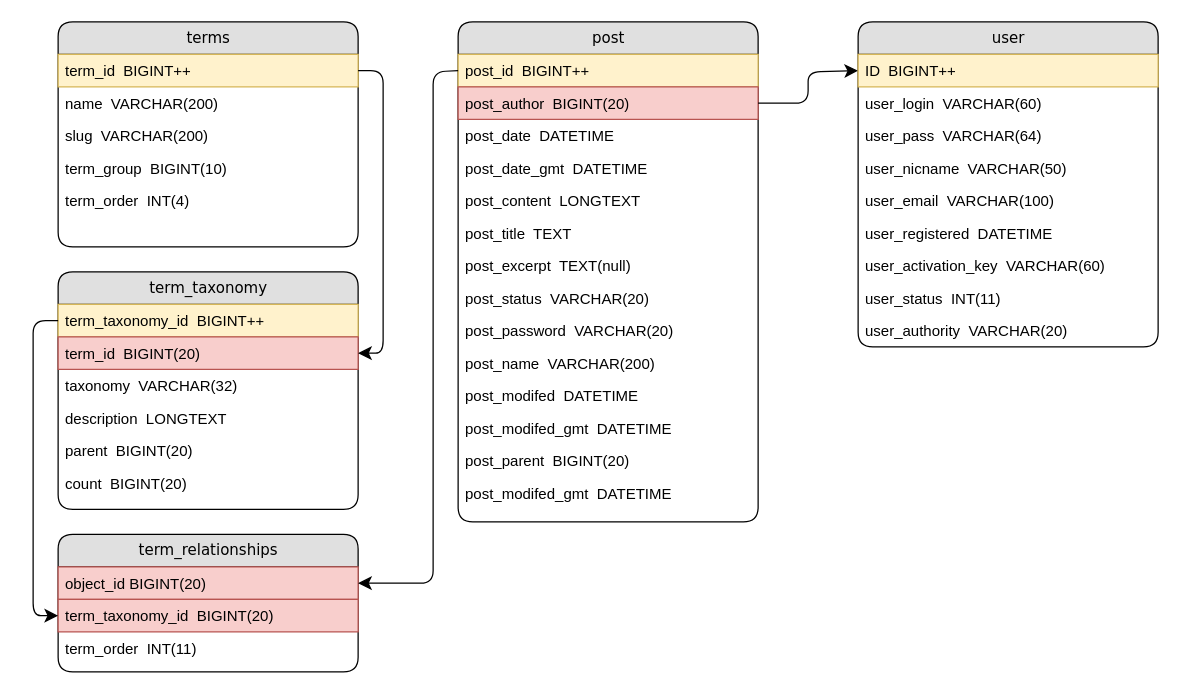
The draw.io diagram Untitled Diagram.drawio in tty128/test, before the edit. Source tidied: cells renumbered, new cells numbered last; positions are measured from the earlier drawing's top-left corner, leaving out a move shared by most shapes. Both pictures are drawn from the tidied source at 125%, with x=0, y=0 at pixel (32, 21).
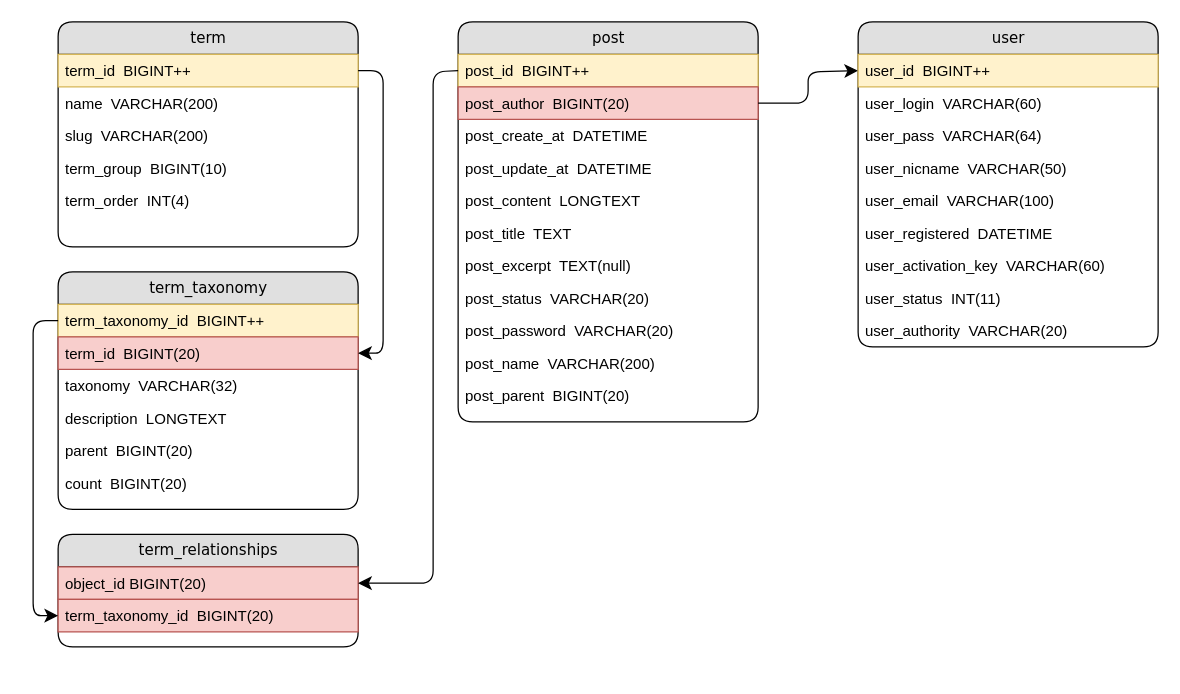
The same diagram, later.

Unchanged cells that the change refers to:
```xml
<mxCell id="36" value="user" style="swimlane;html=1;fontStyle=0;horizontal=1;startSize=26;fillColor=#e0e0e0;swimlaneFillColor=#ffffff;align=center;rounded=1;shadow=0;comic=0;labelBackgroundColor=none;strokeWidth=1;fontFamily=Verdana;fontSize=12;" parent="1" vertex="1">
  <mxGeometry x="660" width="240" height="260" as="geometry" />
</mxCell>
```

The edit, as a diff of the source:
```diff
@@
-    <mxCell id="2" value="terms" style="swimlane;html=1;fontStyle=0;horizontal=1;startSize=26;fillColor=#e0e0e0;swimlaneFillColor=#ffffff;align=center;rounded=1;shadow=0;comic=0;labelBackgroundColor=none;strokeWidth=1;fontFamily=Verdana;fontSize=12;" parent="1" vertex="1">
+    <mxCell id="2" value="term" style="swimlane;html=1;fontStyle=0;horizontal=1;startSize=26;fillColor=#e0e0e0;swimlaneFillColor=#ffffff;align=center;rounded=1;shadow=0;comic=0;labelBackgroundColor=none;strokeWidth=1;fontFamily=Verdana;fontSize=12;" parent="1" vertex="1">
       <mxGeometry x="20" width="240" height="180" as="geometry" />
     </mxCell>
@@
     <mxCell id="15" value="term_relationships" style="swimlane;html=1;fontStyle=0;horizontal=1;startSize=26;fillColor=#e0e0e0;swimlaneFillColor=#ffffff;align=center;rounded=1;shadow=0;comic=0;labelBackgroundColor=none;strokeWidth=1;fontFamily=Verdana;fontSize=12;" parent="1" vertex="1">
-      <mxGeometry x="20" y="410" width="240" height="110" as="geometry" />
+      <mxGeometry x="20" y="410" width="240" height="90" as="geometry" />
     </mxCell>
@@
-    <mxCell id="18" value="term_order&amp;nbsp; INT(11)" style="text;html=1;strokeColor=none;fillColor=none;spacingLeft=4;spacingRight=4;whiteSpace=wrap;overflow=hidden;" parent="15" vertex="1">
-      <mxGeometry y="78" width="240" height="26" as="geometry" />
-    </mxCell>
     <mxCell id="19" value="post" style="swimlane;html=1;fontStyle=0;horizontal=1;startSize=26;fillColor=#e0e0e0;swimlaneFillColor=#ffffff;align=center;rounded=1;shadow=0;comic=0;labelBackgroundColor=none;strokeWidth=1;fontFamily=Verdana;fontSize=12;" parent="1" vertex="1">
-      <mxGeometry x="340" width="240" height="400" as="geometry" />
+      <mxGeometry x="340" width="240" height="320" as="geometry" />
     </mxCell>
@@
-    <mxCell id="22" value="post_date&amp;nbsp; DATETIME" style="text;html=1;strokeColor=none;fillColor=none;spacingLeft=4;spacingRight=4;whiteSpace=wrap;overflow=hidden;" parent="19" vertex="1">
+    <mxCell id="22" value="post_create_at&amp;nbsp; DATETIME" style="text;html=1;strokeColor=none;fillColor=none;spacingLeft=4;spacingRight=4;whiteSpace=wrap;overflow=hidden;" parent="19" vertex="1">
       <mxGeometry y="78" width="240" height="26" as="geometry" />
     </mxCell>
-    <mxCell id="23" value="post_date_gmt&amp;nbsp; DATETIME" style="text;html=1;strokeColor=none;fillColor=none;spacingLeft=4;spacingRight=4;whiteSpace=wrap;overflow=hidden;" parent="19" vertex="1">
+    <mxCell id="23" value="post_update_at&amp;nbsp; DATETIME" style="text;html=1;strokeColor=none;fillColor=none;spacingLeft=4;spacingRight=4;whiteSpace=wrap;overflow=hidden;" parent="19" vertex="1">
       <mxGeometry y="104" width="240" height="26" as="geometry" />
     </mxCell>
@@
-    <mxCell id="30" value="post_modifed&amp;nbsp; DATETIME" style="text;html=1;strokeColor=none;fillColor=none;spacingLeft=4;spacingRight=4;whiteSpace=wrap;overflow=hidden;" parent="19" vertex="1">
-      <mxGeometry y="286" width="240" height="26" as="geometry" />
-    </mxCell>
-    <mxCell id="31" value="post_modifed_gmt&amp;nbsp; DATETIME" style="text;html=1;strokeColor=none;fillColor=none;spacingLeft=4;spacingRight=4;whiteSpace=wrap;overflow=hidden;" parent="19" vertex="1">
-      <mxGeometry y="312" width="240" height="26" as="geometry" />
-    </mxCell>
     <mxCell id="32" value="post_parent&amp;nbsp; BIGINT(20)" style="text;html=1;strokeColor=none;fillColor=none;spacingLeft=4;spacingRight=4;whiteSpace=wrap;overflow=hidden;" parent="19" vertex="1">
-      <mxGeometry y="338" width="240" height="26" as="geometry" />
+      <mxGeometry y="286" width="240" height="26" as="geometry" />
     </mxCell>
-    <mxCell id="33" value="post_modifed_gmt&amp;nbsp; DATETIME" style="text;html=1;strokeColor=none;fillColor=none;spacingLeft=4;spacingRight=4;whiteSpace=wrap;overflow=hidden;" parent="19" vertex="1">
-      <mxGeometry y="364" width="240" height="26" as="geometry" />
-    </mxCell>
@@
-    <mxCell id="37" value="ID&amp;nbsp; BIGINT++" style="text;html=1;strokeColor=#d6b656;fillColor=#fff2cc;spacingLeft=4;spacingRight=4;whiteSpace=wrap;overflow=hidden;points=[[0,0.5],[1,0.5]];portConstraint=eastwest;" parent="36" vertex="1">
+    <mxCell id="37" value="user_id&amp;nbsp; BIGINT++" style="text;html=1;strokeColor=#d6b656;fillColor=#fff2cc;spacingLeft=4;spacingRight=4;whiteSpace=wrap;overflow=hidden;points=[[0,0.5],[1,0.5]];portConstraint=eastwest;" parent="36" vertex="1">
       <mxGeometry y="26" width="240" height="26" as="geometry" />
     </mxCell>
```
